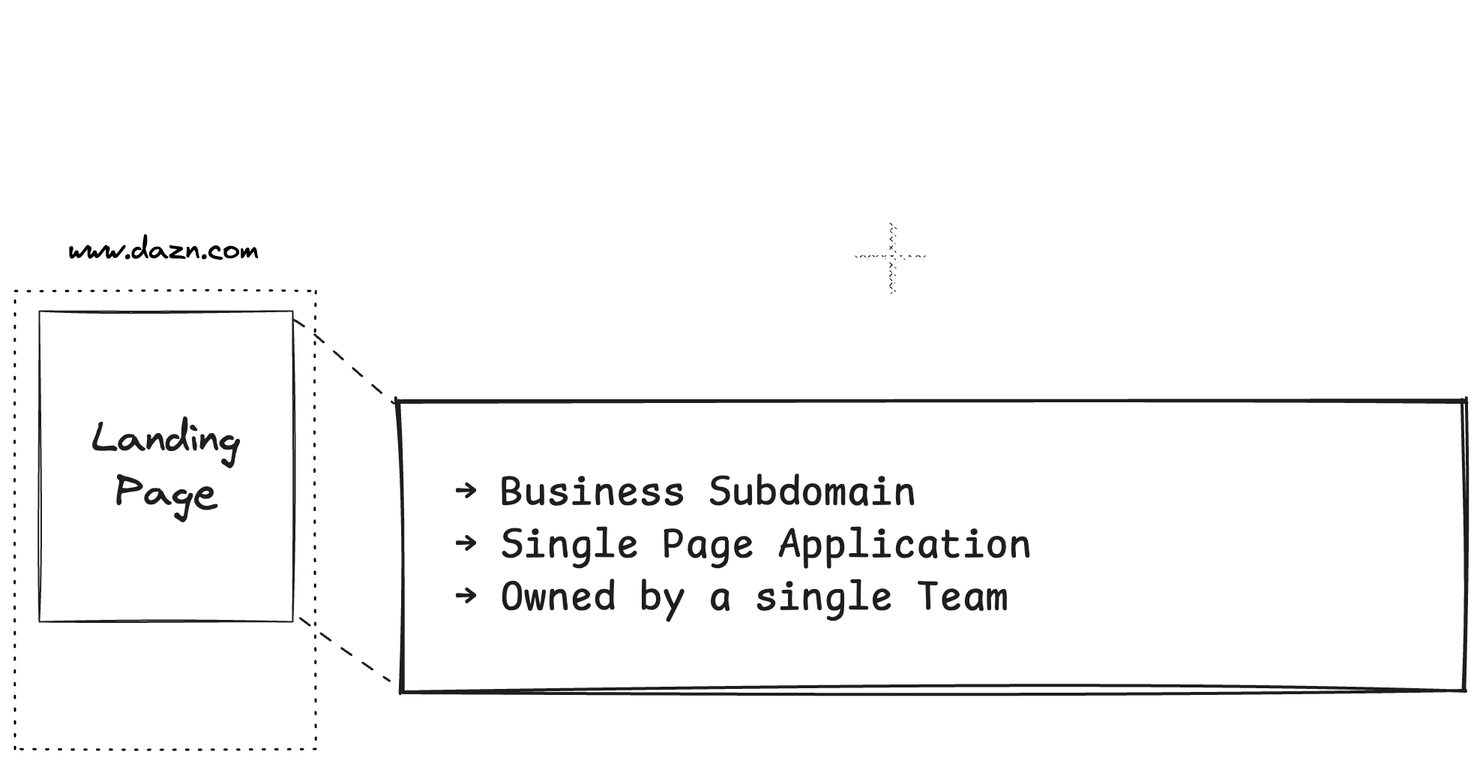
Above: images/vertical_mfe_deep_dive.png in maxgallo/talk-micro-frontends-five-years-after (Excalidraw), before the change. Source tidied: one line per element, renumbered; positions are measured from the earlier drawing's top-left corner, leaving out a move shared by most shapes.
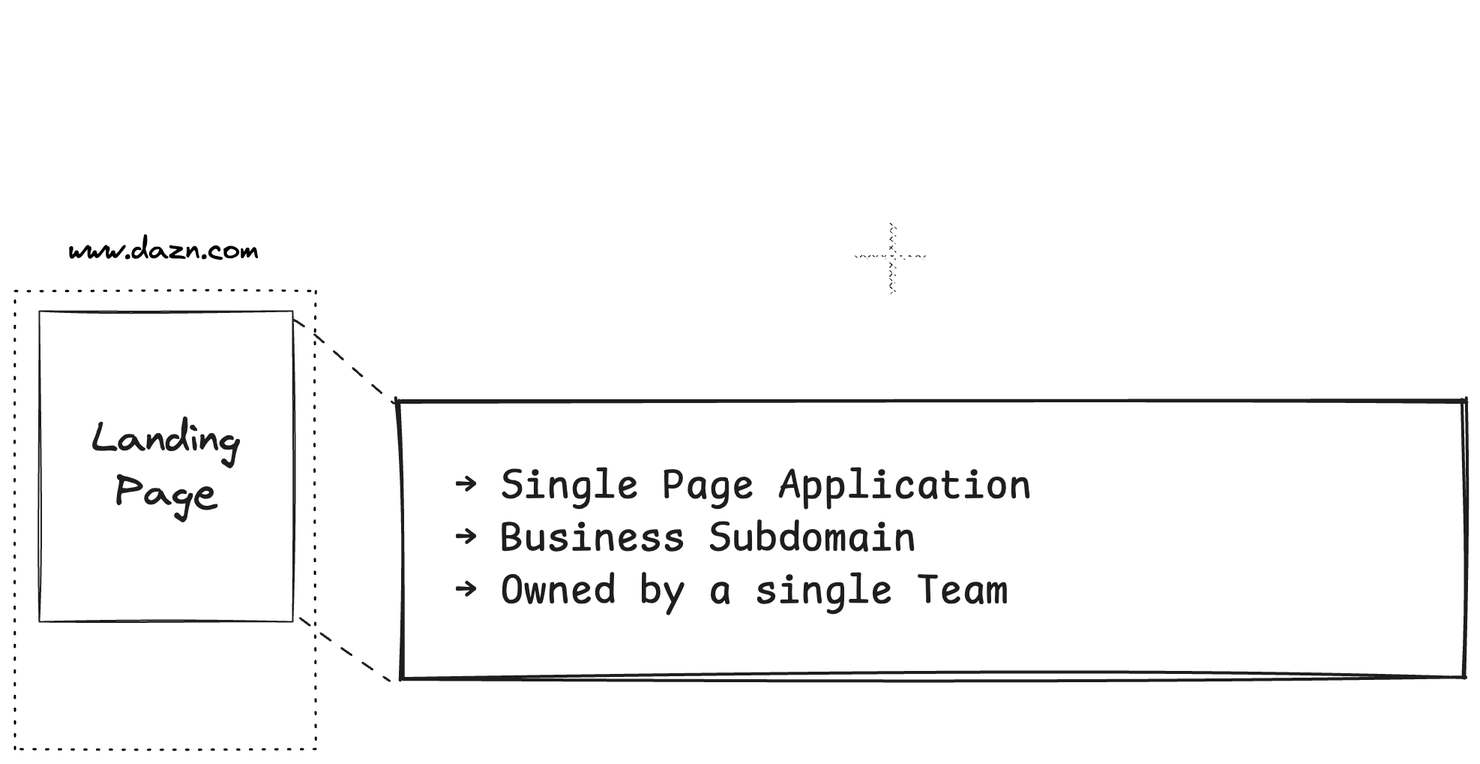
The same file after the commit.

What changed in the source:
```diff
@@ -4,8 +4,8 @@
 {"id": 3, "type": "rectangle", "strokeColor": "#000", "strokeWidth": 1, "strokeStyle": "dotted", "roughness": 1, "x": 0, "y": 184, "width": 201, "height": 305}
 {"id": 4, "type": "rectangle", "strokeColor": "#fff", "backgroundColor": "#fff", "fillStyle": "hachure", "strokeWidth": 1, "roughness": 1, "x": 9, "y": 417, "width": 181, "height": 60}
 {"id": 5, "type": "ellipse", "strokeColor": "#fff", "backgroundColor": "#fff", "fillStyle": "hachure", "strokeWidth": 1, "roughness": 1, "opacity": 0, "x": 507, "y": 0, "width": 65, "height": 51}
-{"id": 6, "type": "rectangle", "strokeColor": "#1e1e1e", "strokeWidth": 2, "roughness": 2, "x": 257, "y": 257, "width": 710, "height": 194}
+{"id": 6, "type": "rectangle", "strokeColor": "#1e1e1e", "strokeWidth": 2, "roughness": 2, "x": 257, "y": 257, "width": 710, "height": 185}
-{"id": 7, "type": "text", "text": "  \n  → Business Subdomain\n  → Single Page Application\n  → Owned by a single Team\n", "strokeColor": "#1e1e1e", "backgroundColor": "#fff", "fillStyle": "hachure", "strokeWidth": 1, "roughness": 2, "fontSize": 28, "fontFamily": 8, "verticalAlign": "middle", "inside": 6, "x": 262, "y": 266, "width": 446, "height": 175}
+{"id": 7, "type": "text", "text": "  \n  → Single Page Application\n  → Business Subdomain\n  → Owned by a single Team\n", "strokeColor": "#1e1e1e", "backgroundColor": "#fff", "fillStyle": "hachure", "strokeWidth": 1, "roughness": 2, "fontSize": 28, "fontFamily": 8, "verticalAlign": "middle", "inside": 6, "x": 262, "y": 262, "width": 446, "height": 175}
 {"id": 8, "type": "line", "strokeColor": "#1e1e1e", "backgroundColor": "#ffec99", "fillStyle": "hachure", "strokeWidth": 1, "strokeStyle": "dashed", "roughness": 2, "x": 184, "y": 200, "width": 68, "height": 63, "points": [[0, 0], [68, 63]]}
 {"id": 9, "type": "line", "strokeColor": "#1e1e1e", "backgroundColor": "#ffec99", "fillStyle": "hachure", "strokeWidth": 1, "strokeStyle": "dashed", "roughness": 2, "x": 186, "y": 402, "width": 67, "height": 44, "points": [[0, 0], [67, 44]]}
 {"id": 10, "type": "ellipse", "strokeColor": "#fff", "strokeWidth": 1, "roughness": 1, "x": 538, "y": 115, "width": 92, "height": 92}
```
